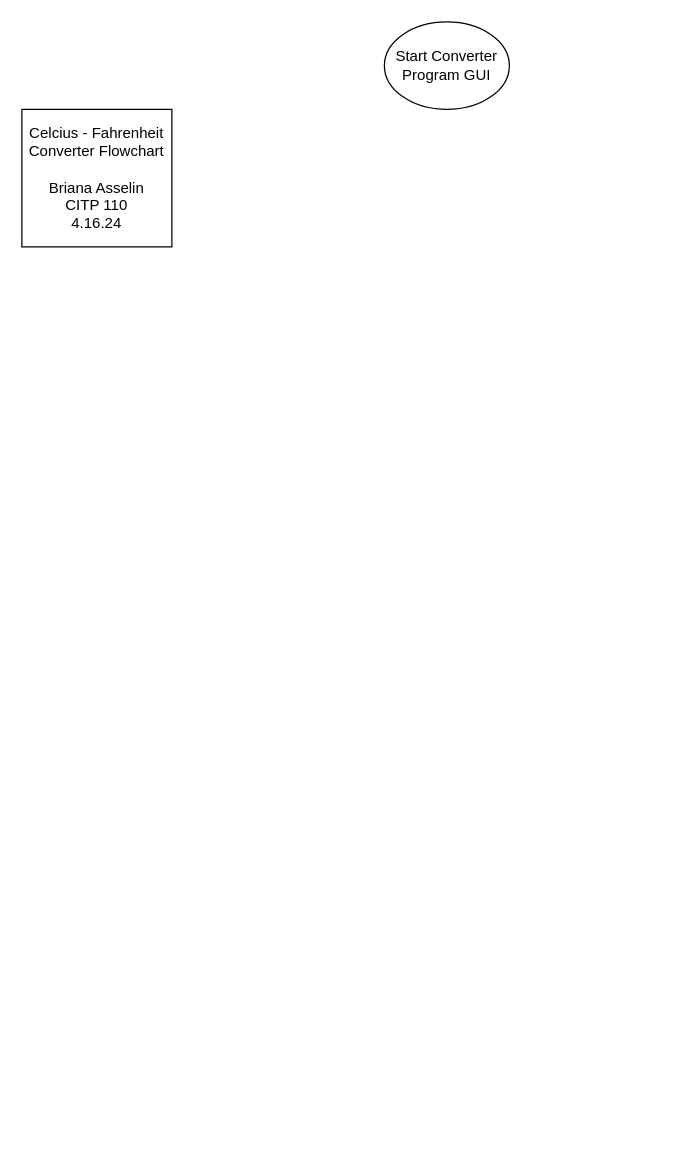
This is Untitled Diagram.drawio from basselin2/IntroToPythonLCC, a draw.io file, before an edit. Source tidied: cells renumbered, new cells numbered last; positions are measured from the earlier drawing's top-left corner, leaving out a move shared by most shapes. Both pictures are drawn from the tidied source at 125%, with x=0, y=0 at pixel (21, 21).
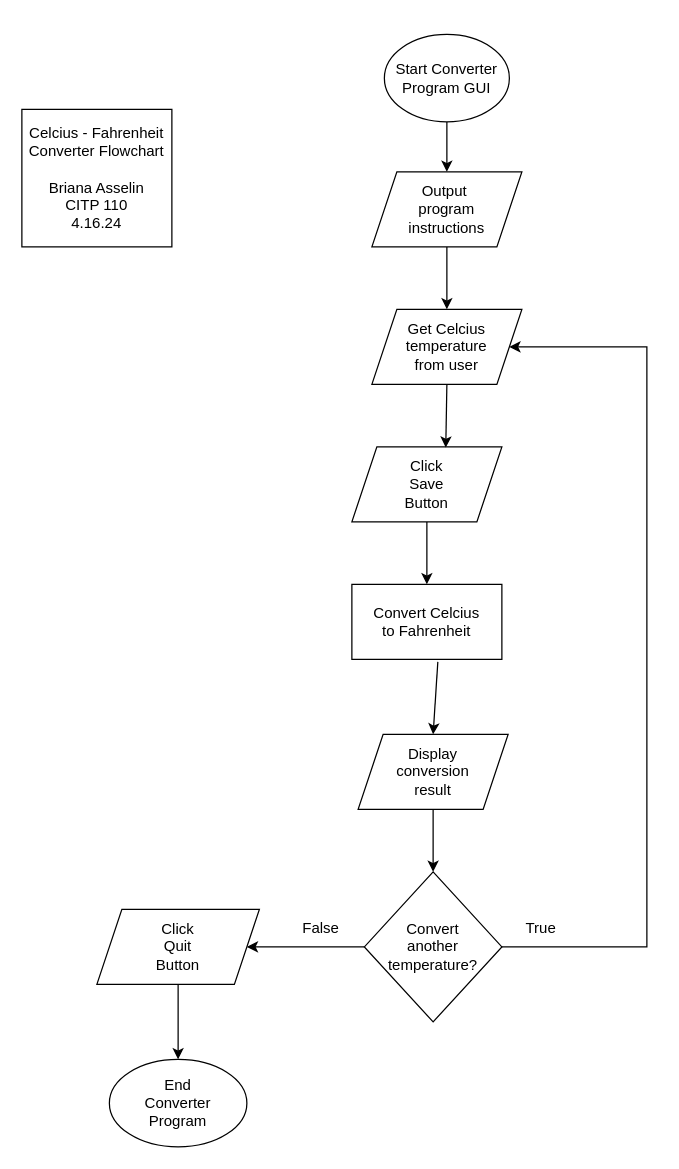
After the change.

Change to the diagram source:
```diff
@@
     <mxCell id="3" value="Start Converter Program GUI" style="ellipse;whiteSpace=wrap;html=1;" parent="1" vertex="1">
-      <mxGeometry x="290" width="100" height="70" as="geometry" />
+      <mxGeometry x="290" y="10" width="100" height="70" as="geometry" />
     </mxCell>
+    <mxCell id="4" value="Output&amp;nbsp;&lt;div&gt;program&lt;br&gt;&lt;div&gt;instructions&lt;/div&gt;&lt;/div&gt;" style="shape=parallelogram;perimeter=parallelogramPerimeter;whiteSpace=wrap;html=1;fixedSize=1;" parent="1" vertex="1">
+      <mxGeometry x="280" y="120" width="120" height="60" as="geometry" />
+    </mxCell>
+    <mxCell id="5" value="Get Celcius&lt;div&gt;temperature&lt;br&gt;&lt;div&gt;from user&lt;/div&gt;&lt;/div&gt;" style="shape=parallelogram;perimeter=parallelogramPerimeter;whiteSpace=wrap;html=1;fixedSize=1;" parent="1" vertex="1">
+      <mxGeometry x="280" y="230" width="120" height="60" as="geometry" />
+    </mxCell>
+    <mxCell id="6" value="Convert Celcius&lt;div&gt;to Fahrenheit&lt;/div&gt;" style="rounded=0;whiteSpace=wrap;html=1;" parent="1" vertex="1">
+      <mxGeometry x="264" y="450" width="120" height="60" as="geometry" />
+    </mxCell>
+    <mxCell id="7" value="Display&lt;div&gt;conversion&lt;/div&gt;&lt;div&gt;result&lt;/div&gt;" style="shape=parallelogram;perimeter=parallelogramPerimeter;whiteSpace=wrap;html=1;fixedSize=1;" parent="1" vertex="1">
+      <mxGeometry x="269" y="570" width="120" height="60" as="geometry" />
+    </mxCell>
+    <mxCell id="8" style="edgeStyle=orthogonalEdgeStyle;rounded=0;jettySize=auto;html=1;entryX=1;entryY=0.5;entryDx=0;entryDy=0;exitX=1;exitY=0.5;exitDx=0;exitDy=0;" parent="1" edge="1" source="10" target="5">
+      <mxGeometry relative="1" as="geometry">
+        <Array as="points">
+          <mxPoint x="500" y="740" />
+          <mxPoint x="500" y="260" />
+        </Array>
+      </mxGeometry>
+    </mxCell>
+    <mxCell id="9" style="edgeStyle=orthogonalEdgeStyle;rounded=0;jettySize=auto;html=1;entryX=1;entryY=0.5;entryDx=0;entryDy=0;" parent="1" edge="1" source="10" target="13">
+      <mxGeometry relative="1" as="geometry" />
+    </mxCell>
+    <mxCell id="10" value="Convert&lt;div&gt;another&lt;/div&gt;&lt;div&gt;temperature?&lt;/div&gt;" style="rhombus;whiteSpace=wrap;html=1;" parent="1" vertex="1">
+      <mxGeometry x="274" y="680" width="110" height="120" as="geometry" />
+    </mxCell>
+    <mxCell id="11" value="True" style="text;html=1;align=center;verticalAlign=middle;strokeColor=none;fillColor=none;" parent="1" vertex="1">
+      <mxGeometry x="390" y="710" width="50" height="30" as="geometry" />
+    </mxCell>
+    <mxCell id="12" value="False" style="text;html=1;align=center;verticalAlign=middle;strokeColor=none;fillColor=none;" parent="1" vertex="1">
+      <mxGeometry x="214" y="710" width="50" height="30" as="geometry" />
+    </mxCell>
+    <mxCell id="13" value="Click&lt;div&gt;Quit&lt;/div&gt;&lt;div&gt;Button&lt;/div&gt;" style="shape=parallelogram;perimeter=parallelogramPerimeter;whiteSpace=wrap;html=1;fixedSize=1;" parent="1" vertex="1">
+      <mxGeometry x="60" y="710" width="130" height="60" as="geometry" />
+    </mxCell>
+    <mxCell id="14" value="End&lt;div&gt;Converter&lt;/div&gt;&lt;div&gt;Program&lt;/div&gt;" style="ellipse;whiteSpace=wrap;html=1;" parent="1" vertex="1">
+      <mxGeometry x="70" y="830" width="110" height="70" as="geometry" />
+    </mxCell>
+    <mxCell id="15" style="endArrow=classic;html=1;rounded=0;exitX=0.5;exitY=1;exitDx=0;exitDy=0;entryX=0.5;entryY=0;entryDx=0;entryDy=0;" parent="1" edge="1" source="13" target="14">
+      <mxGeometry relative="1" as="geometry" />
+    </mxCell>
+    <mxCell id="16" value="Click&lt;div&gt;Save&lt;/div&gt;&lt;div&gt;Button&lt;/div&gt;" style="shape=parallelogram;perimeter=parallelogramPerimeter;whiteSpace=wrap;html=1;fixedSize=1;" parent="1" vertex="1">
+      <mxGeometry x="264" y="340" width="120" height="60" as="geometry" />
+    </mxCell>
+    <mxCell id="17" style="endArrow=classic;html=1;rounded=0;exitX=0.5;exitY=1;exitDx=0;exitDy=0;entryX=0.626;entryY=0.01;entryDx=0;entryDy=0;entryPerimeter=0;" parent="1" edge="1" source="5" target="16">
+      <mxGeometry relative="1" as="geometry" />
+    </mxCell>
+    <mxCell id="18" style="endArrow=classic;html=1;rounded=0;exitX=0.5;exitY=1;exitDx=0;exitDy=0;" parent="1" edge="1" source="3">
+      <mxGeometry relative="1" as="geometry">
+        <mxPoint x="340" y="120" as="targetPoint" />
+      </mxGeometry>
+    </mxCell>
+    <mxCell id="19" style="endArrow=classic;html=1;rounded=0;exitX=0.5;exitY=1;exitDx=0;exitDy=0;entryX=0.5;entryY=0;entryDx=0;entryDy=0;" parent="1" edge="1" source="4" target="5">
+      <mxGeometry relative="1" as="geometry" />
+    </mxCell>
+    <mxCell id="20" style="endArrow=classic;html=1;rounded=0;exitX=0.5;exitY=1;exitDx=0;exitDy=0;entryX=0.5;entryY=0;entryDx=0;entryDy=0;" parent="1" edge="1" source="16" target="6">
+      <mxGeometry relative="1" as="geometry" />
+    </mxCell>
+    <mxCell id="21" style="endArrow=classic;html=1;rounded=0;exitX=0.573;exitY=1.033;exitDx=0;exitDy=0;entryX=0.5;entryY=0;entryDx=0;entryDy=0;exitPerimeter=0;" parent="1" edge="1" source="6" target="7">
+      <mxGeometry relative="1" as="geometry" />
+    </mxCell>
+    <mxCell id="22" style="endArrow=classic;html=1;rounded=0;exitX=0.5;exitY=1;exitDx=0;exitDy=0;entryX=0.5;entryY=0;entryDx=0;entryDy=0;" parent="1" edge="1" source="7" target="10">
+      <mxGeometry relative="1" as="geometry" />
+    </mxCell>
```
